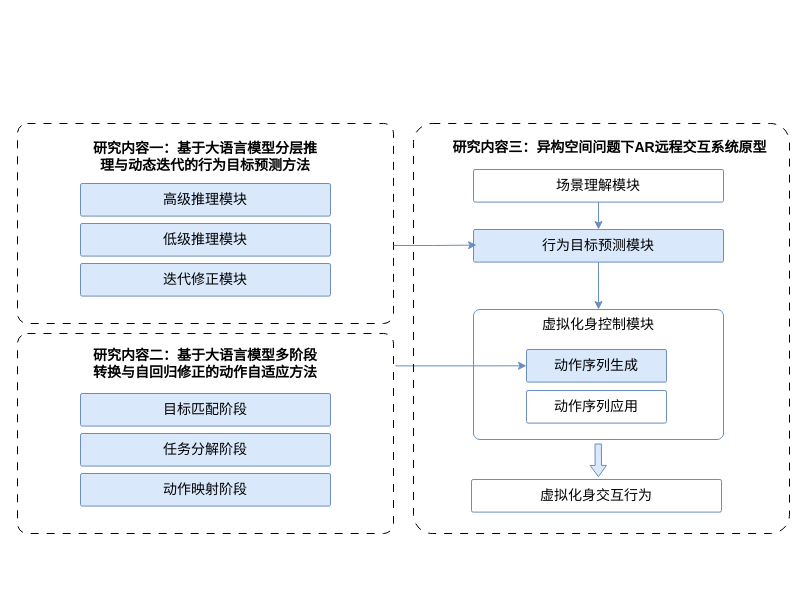
Before: 研究内容架构.drawio in Rinco1018/project_test, a draw.io diagram. Source tidied: cells renumbered, new cells numbered last; positions are measured from the earlier drawing's top-left corner, leaving out a move shared by most shapes. Both pictures are drawn from the tidied source at 100%, with x=0, y=0 at pixel (17, 123).
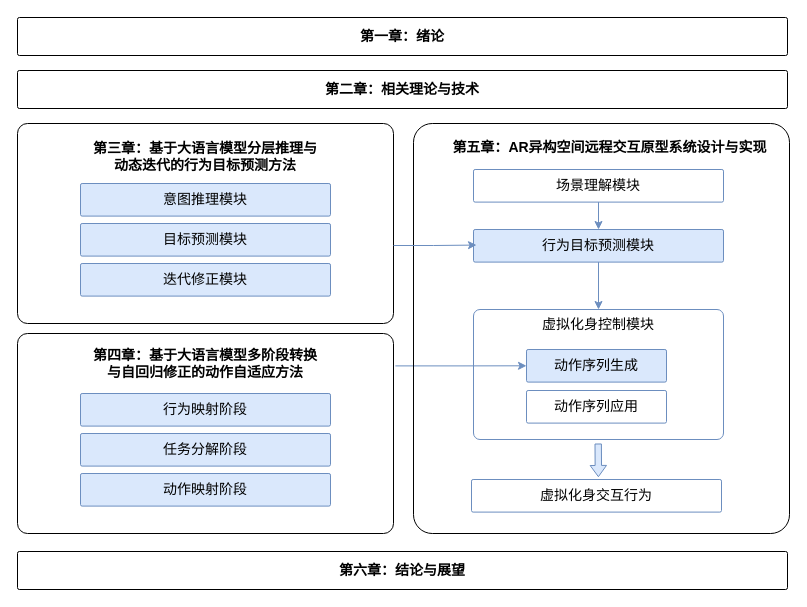
After the change.

Commit message:
更新研究内容架构.drawio

The edit, as a diff of the source:
```diff
@@
-    <mxCell id="2" style="rounded=1;arcSize=5;whiteSpace=wrap;html=1;dashed=1;dashPattern=8 8;fillColor=none;" parent="1" vertex="1">
+    <mxCell id="2" style="rounded=1;arcSize=5;whiteSpace=wrap;html=1;fillColor=none;" parent="1" vertex="1">
       <mxGeometry width="376" height="200" as="geometry" />
     </mxCell>
-    <mxCell id="3" value="&lt;font style=&quot;font-size: 14px;&quot;&gt;&lt;b style=&quot;&quot;&gt;&lt;span&gt;&lt;br&gt;&lt;span style=&quot;font-family: Helvetica; font-style: normal; font-variant-ligatures: normal; font-variant-caps: normal; letter-spacing: normal; orphans: 2; text-align: center; text-indent: 0px; text-transform: none; widows: 2; word-spacing: 0px; -webkit-text-stroke-width: 0px; white-space: normal; text-decoration-thickness: initial; text-decoration-style: initial; text-decoration-color: initial; float: none; display: inline !important;&quot;&gt;研究内容一：基于大语言模型分层推理与动态迭代的行为目标预测方法&lt;/span&gt;&lt;/span&gt;&lt;br&gt;&lt;/b&gt;&lt;/font&gt;" style="text;html=1;align=center;verticalAlign=middle;whiteSpace=wrap;rounded=0;fontColor=default;" parent="1" vertex="1">
+    <mxCell id="3" value="&lt;font style=&quot;font-size: 14px;&quot;&gt;&lt;b style=&quot;&quot;&gt;&lt;span&gt;&lt;br&gt;&lt;span style=&quot;font-family: Helvetica; font-style: normal; font-variant-ligatures: normal; font-variant-caps: normal; letter-spacing: normal; orphans: 2; text-align: center; text-indent: 0px; text-transform: none; widows: 2; word-spacing: 0px; -webkit-text-stroke-width: 0px; white-space: normal; text-decoration-thickness: initial; text-decoration-style: initial; text-decoration-color: initial; float: none; display: inline !important;&quot;&gt;第三章：基于大语言模型分层推理与动态迭代的行为目标预测方法&lt;/span&gt;&lt;/span&gt;&lt;br&gt;&lt;/b&gt;&lt;/font&gt;" style="text;html=1;align=center;verticalAlign=middle;whiteSpace=wrap;rounded=0;fontColor=default;" parent="1" vertex="1">
       <mxGeometry x="72" y="10" width="232" height="30" as="geometry" />
     </mxCell>
-    <mxCell id="4" value="&lt;font style=&quot;font-size: 14px;&quot;&gt;高级推理模块&lt;/font&gt;" style="rounded=1;arcSize=5;whiteSpace=wrap;html=1;fillColor=#dae8fc;strokeColor=#6c8ebf;" parent="1" vertex="1">
+    <mxCell id="4" value="&lt;font style=&quot;font-size: 14px;&quot;&gt;意图推理模块&lt;/font&gt;" style="rounded=1;arcSize=5;whiteSpace=wrap;html=1;fillColor=#dae8fc;strokeColor=#6c8ebf;" parent="1" vertex="1">
       <mxGeometry x="63" y="60" width="250" height="32.6" as="geometry" />
     </mxCell>
-    <mxCell id="5" value="&lt;font style=&quot;font-size: 14px;&quot;&gt;低级推理模块&lt;/font&gt;" style="rounded=1;arcSize=5;whiteSpace=wrap;html=1;fillColor=#dae8fc;strokeColor=#6c8ebf;" parent="1" vertex="1">
+    <mxCell id="5" value="&lt;font style=&quot;font-size: 14px;&quot;&gt;目标预测模块&lt;/font&gt;" style="rounded=1;arcSize=5;whiteSpace=wrap;html=1;fillColor=#dae8fc;strokeColor=#6c8ebf;" parent="1" vertex="1">
       <mxGeometry x="63" y="100" width="250" height="32.6" as="geometry" />
     </mxCell>
@@
-    <mxCell id="8" style="rounded=1;arcSize=5;whiteSpace=wrap;html=1;dashed=1;dashPattern=8 8;fillColor=none;" parent="1" vertex="1">
+    <mxCell id="8" style="rounded=1;arcSize=5;whiteSpace=wrap;html=1;fillColor=none;" parent="1" vertex="1">
       <mxGeometry y="210" width="376" height="200" as="geometry" />
     </mxCell>
-    <mxCell id="9" value="&lt;font style=&quot;font-size: 14px;&quot;&gt;&lt;b style=&quot;&quot;&gt;&lt;span&gt;&lt;br&gt;&lt;span style=&quot;font-family: Helvetica; font-style: normal; font-variant-ligatures: normal; font-variant-caps: normal; letter-spacing: normal; orphans: 2; text-align: center; text-indent: 0px; text-transform: none; widows: 2; word-spacing: 0px; -webkit-text-stroke-width: 0px; white-space: normal; text-decoration-thickness: initial; text-decoration-style: initial; text-decoration-color: initial; float: none; display: inline !important;&quot;&gt;研究内容二：基于大语言模型多阶段转换与自回归修正的动作自适应方法&lt;/span&gt;&lt;/span&gt;&lt;br&gt;&lt;/b&gt;&lt;/font&gt;" style="text;html=1;align=center;verticalAlign=middle;whiteSpace=wrap;rounded=0;fontColor=default;" parent="1" vertex="1">
+    <mxCell id="9" value="&lt;font style=&quot;font-size: 14px;&quot;&gt;&lt;b style=&quot;&quot;&gt;&lt;span&gt;&lt;br&gt;&lt;span style=&quot;font-family: Helvetica; font-style: normal; font-variant-ligatures: normal; font-variant-caps: normal; letter-spacing: normal; orphans: 2; text-align: center; text-indent: 0px; text-transform: none; widows: 2; word-spacing: 0px; -webkit-text-stroke-width: 0px; white-space: normal; text-decoration-thickness: initial; text-decoration-style: initial; text-decoration-color: initial; float: none; display: inline !important;&quot;&gt;第四章：基于大语言模型多阶段转换与自回归修正的动作自适应方法&lt;/span&gt;&lt;/span&gt;&lt;br&gt;&lt;/b&gt;&lt;/font&gt;" style="text;html=1;align=center;verticalAlign=middle;whiteSpace=wrap;rounded=0;fontColor=default;" parent="1" vertex="1">
       <mxGeometry x="69" y="217" width="238" height="30" as="geometry" />
     </mxCell>
-    <mxCell id="10" value="&lt;font style=&quot;font-size: 14px;&quot;&gt;目标匹配阶段&lt;/font&gt;" style="rounded=1;arcSize=5;whiteSpace=wrap;html=1;fillColor=#dae8fc;strokeColor=#6c8ebf;" parent="1" vertex="1">
+    <mxCell id="10" value="&lt;font style=&quot;font-size: 14px;&quot;&gt;行为映射阶段&lt;/font&gt;" style="rounded=1;arcSize=5;whiteSpace=wrap;html=1;fillColor=#dae8fc;strokeColor=#6c8ebf;" parent="1" vertex="1">
       <mxGeometry x="63" y="270" width="250" height="32.6" as="geometry" />
     </mxCell>
@@
-    <mxCell id="13" style="rounded=1;arcSize=5;whiteSpace=wrap;html=1;dashed=1;dashPattern=8 8;fillColor=none;" parent="1" vertex="1">
+    <mxCell id="13" style="rounded=1;arcSize=5;whiteSpace=wrap;html=1;fillColor=none;" parent="1" vertex="1">
       <mxGeometry x="396" width="376" height="410" as="geometry" />
     </mxCell>
-    <mxCell id="14" value="&lt;font style=&quot;&quot;&gt;&lt;font style=&quot;font-size: 14px;&quot;&gt;&lt;b style=&quot;&quot;&gt;&lt;br&gt;&lt;span style=&quot;font-family: Helvetica; font-style: normal; font-variant-ligatures: normal; font-variant-caps: normal; letter-spacing: normal; orphans: 2; text-align: center; text-indent: 0px; text-transform: none; widows: 2; word-spacing: 0px; -webkit-text-stroke-width: 0px; white-space: normal; text-decoration-thickness: initial; text-decoration-style: initial; text-decoration-color: initial; float: none; display: inline !important;&quot;&gt;研究内容三：&lt;/span&gt;&lt;/b&gt;&lt;font style=&quot;&quot; face=&quot;Helvetica&quot;&gt;&lt;b style=&quot;&quot;&gt;异构空间问题下&lt;span style=&quot;line-height: 120%;&quot; lang=&quot;EN-US&quot;&gt;AR&lt;/span&gt;&lt;span style=&quot;line-height: 120%;&quot;&gt;远程交互系统原型&lt;/span&gt;&lt;/b&gt;&lt;/font&gt;&lt;/font&gt;&lt;b style=&quot;font-size: 14px;&quot;&gt;&lt;br&gt;&lt;/b&gt;&lt;/font&gt;" style="text;html=1;align=center;verticalAlign=middle;whiteSpace=wrap;rounded=0;fontColor=default;" parent="1" vertex="1">
+    <mxCell id="14" value="&lt;font style=&quot;&quot;&gt;&lt;font style=&quot;font-size: 14px;&quot;&gt;&lt;b style=&quot;&quot;&gt;&lt;br&gt;&lt;span style=&quot;font-family: Helvetica; font-style: normal; font-variant-ligatures: normal; font-variant-caps: normal; letter-spacing: normal; orphans: 2; text-align: center; text-indent: 0px; text-transform: none; widows: 2; word-spacing: 0px; -webkit-text-stroke-width: 0px; white-space: normal; text-decoration-thickness: initial; text-decoration-style: initial; text-decoration-color: initial; float: none; display: inline !important;&quot;&gt;第五章：&lt;/span&gt;&lt;/b&gt;&lt;font style=&quot;&quot; face=&quot;Helvetica&quot;&gt;&lt;b style=&quot;&quot;&gt;&lt;span style=&quot;line-height: 120%;&quot; lang=&quot;EN-US&quot;&gt;AR异构空间&lt;/span&gt;&lt;span style=&quot;line-height: 120%;&quot;&gt;远程交互原型系统设计与实现&lt;/span&gt;&lt;/b&gt;&lt;/font&gt;&lt;/font&gt;&lt;b style=&quot;font-size: 14px;&quot;&gt;&lt;br&gt;&lt;/b&gt;&lt;/font&gt;" style="text;html=1;align=center;verticalAlign=middle;whiteSpace=wrap;rounded=0;fontColor=default;" parent="1" vertex="1">
       <mxGeometry x="431" width="323" height="30" as="geometry" />
     </mxCell>
@@
+    <mxCell id="26" value="&lt;b style=&quot;font-size: 14px;&quot;&gt;第六章：结论与展望&lt;/b&gt;" style="rounded=1;arcSize=5;whiteSpace=wrap;html=1;fillColor=none;" parent="1" vertex="1">
+      <mxGeometry y="428" width="770" height="38" as="geometry" />
+    </mxCell>
+    <mxCell id="27" value="&lt;b style=&quot;font-size: 14px;&quot;&gt;第二章：相关理论与技术&lt;/b&gt;" style="rounded=1;arcSize=5;whiteSpace=wrap;html=1;fillColor=none;" parent="1" vertex="1">
+      <mxGeometry y="-53" width="770" height="38" as="geometry" />
+    </mxCell>
+    <mxCell id="28" value="&lt;b style=&quot;font-size: 14px;&quot;&gt;第一章：绪论&lt;/b&gt;" style="rounded=1;arcSize=5;whiteSpace=wrap;html=1;fillColor=none;" parent="1" vertex="1">
+      <mxGeometry y="-106" width="770" height="38" as="geometry" />
+    </mxCell>
```
